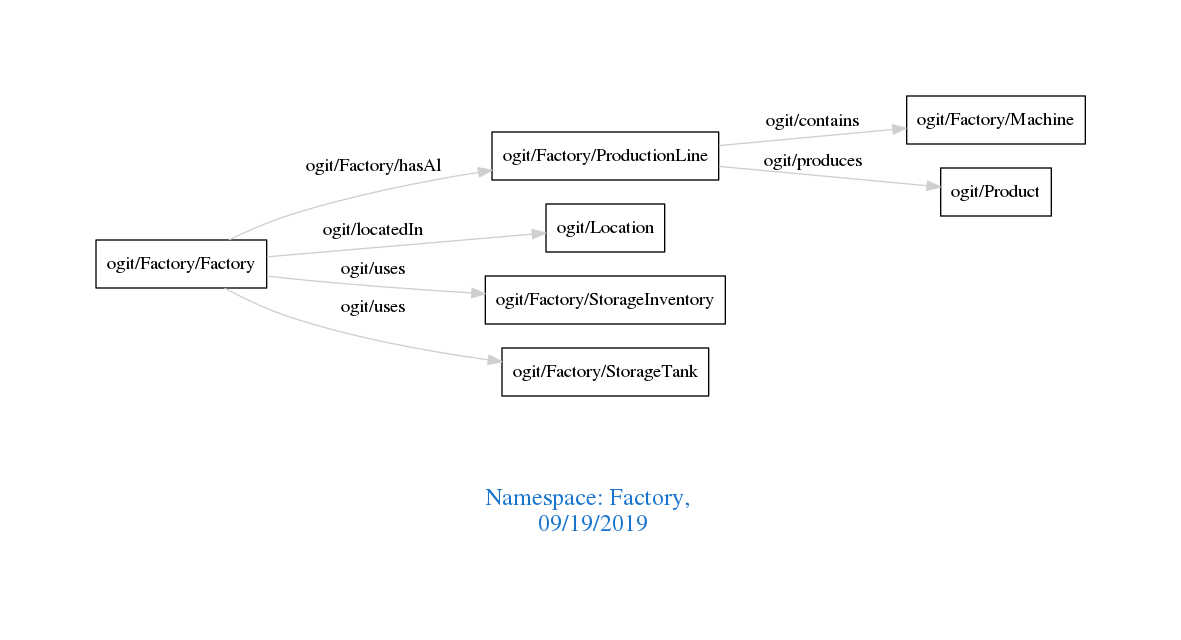
arago/OGIT keeps this Graphviz diagram as downloads/Factory.png. Above is the earlier version. Its source is kept beside it as downloads/Factory.dot.
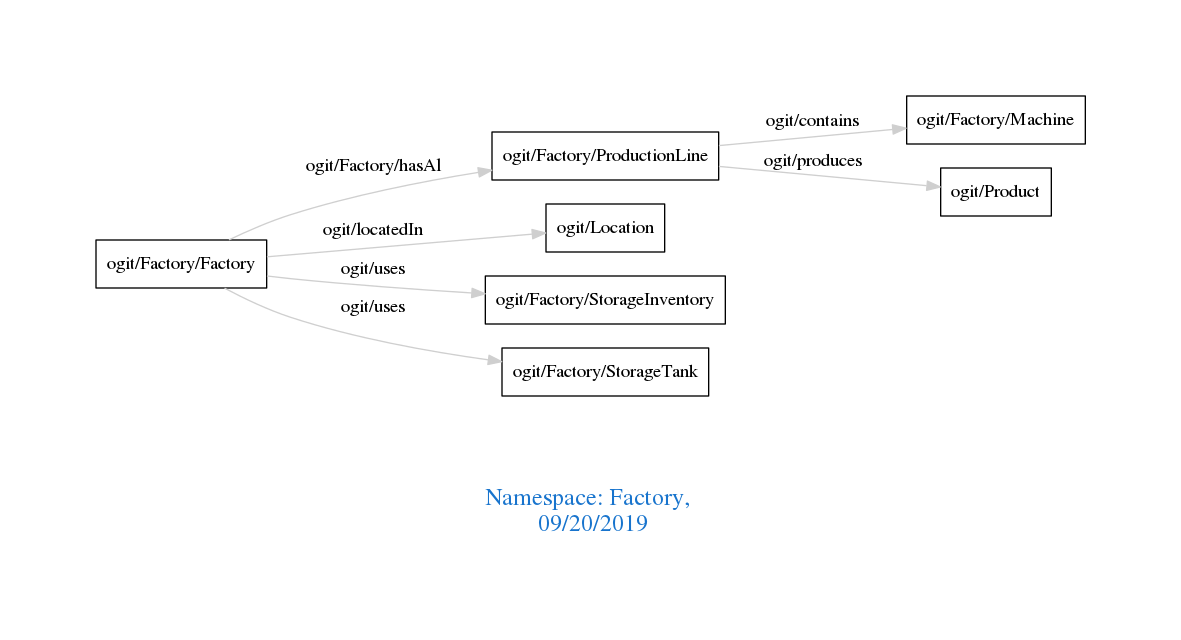
The same diagram one commit later.

Change to the diagram source:
```diff
@@ -1,7 +1,7 @@
 digraph OGIT_ontology {
  graph [ rankdir= LR,pad=1
 fontsize = 18,
-fontcolor= dodgerblue3,label = "\n\n\nNamespace: Factory, \n 09/19/2019"];
+fontcolor= dodgerblue3,label = "\n\n\nNamespace: Factory, \n 09/20/2019"];
 node[shape=polygon];
 edge [  color="gray81"];
 
```
